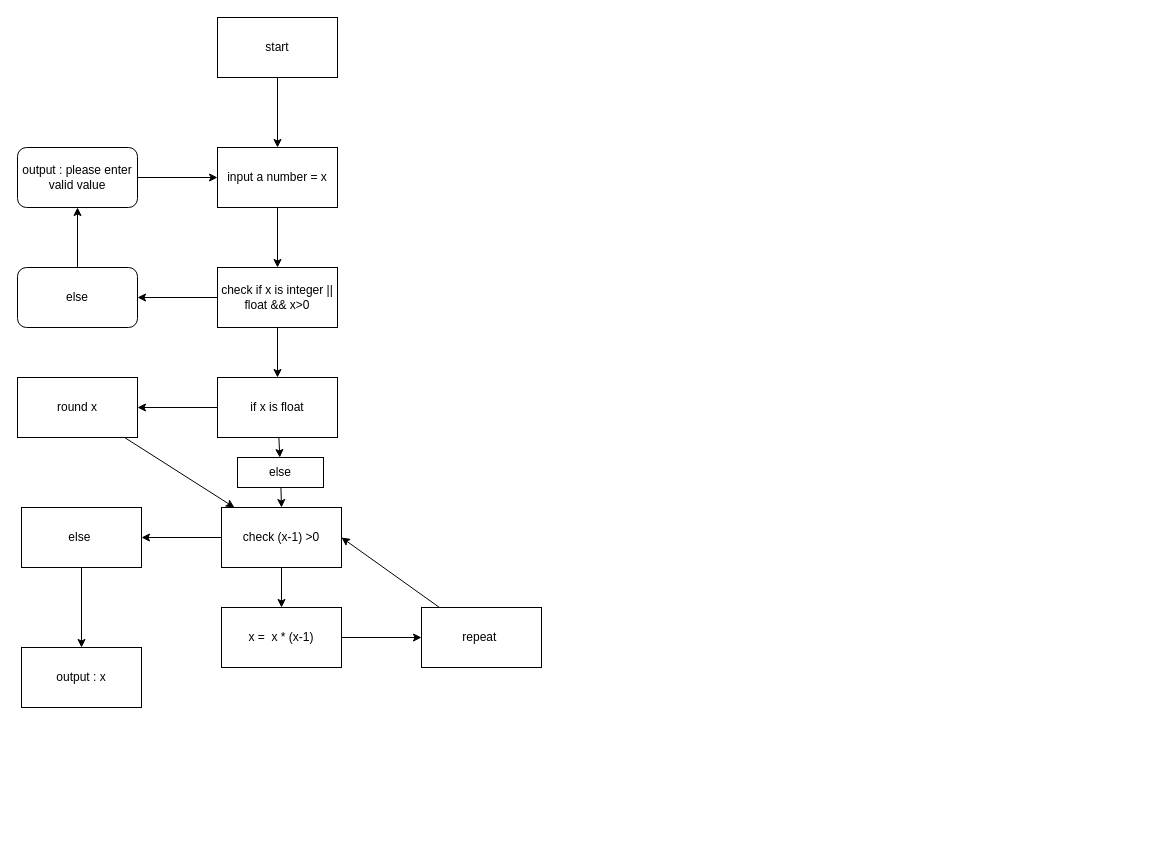
Earlier version of the draw.io diagram homework1.drawio (itsmete/siberVatan). Source tidied: cells renumbered, new cells numbered last; positions are measured from the earlier drawing's top-left corner, leaving out a move shared by most shapes. Both pictures are drawn from the tidied source at 100%, with x=0, y=0 at pixel (17, 17).
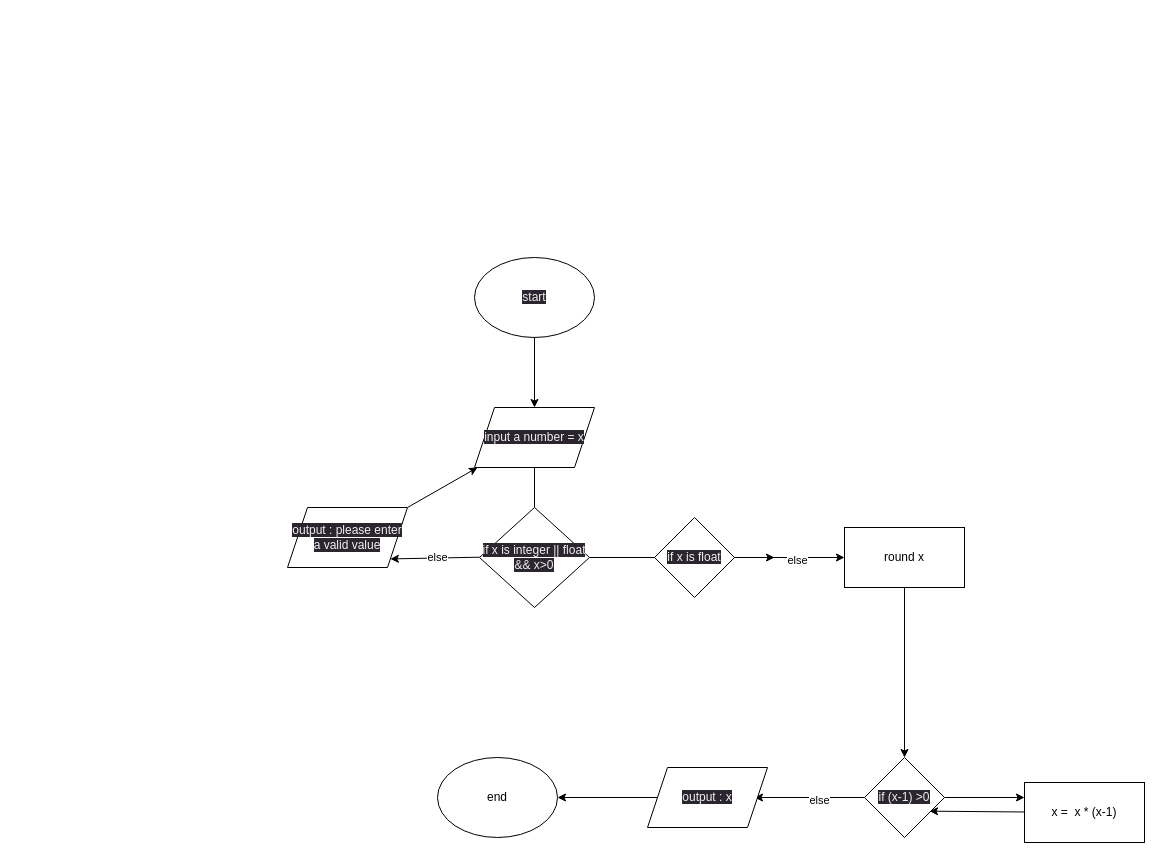
The same diagram, later.

Change to the diagram source:
```diff
@@
-    <mxCell id="2" style="edgeStyle=none;html=1;" parent="1" edge="1" source="3" target="5">
-      <mxGeometry relative="1" as="geometry" />
+    <mxCell id="2" style="edgeStyle=none;html=1;" parent="1" edge="1">
+      <mxGeometry relative="1" as="geometry">
+        <mxPoint x="517" y="320" as="sourcePoint" />
+        <mxPoint x="517" y="390" as="targetPoint" />
+      </mxGeometry>
     </mxCell>
-    <mxCell id="3" value="start" style="whiteSpace=wrap;html=1;" parent="1" vertex="1">
-      <mxGeometry x="200" width="120" height="60" as="geometry" />
-    </mxCell>
-    <mxCell id="4" style="edgeStyle=none;html=1;" parent="1" edge="1" source="5" target="8">
-      <mxGeometry relative="1" as="geometry" />
+    <mxCell id="4" style="edgeStyle=none;html=1;" parent="1" edge="1">
+      <mxGeometry relative="1" as="geometry">
+        <mxPoint x="517" y="450" as="sourcePoint" />
+        <mxPoint x="517" y="510" as="targetPoint" />
+      </mxGeometry>
     </mxCell>
-    <mxCell id="5" value="input a number = x" style="whiteSpace=wrap;html=1;" parent="1" vertex="1">
-      <mxGeometry x="200" y="130" width="120" height="60" as="geometry" />
-    </mxCell>
-    <mxCell id="6" style="edgeStyle=none;html=1;" parent="1" edge="1" source="8" target="10">
-      <mxGeometry relative="1" as="geometry" />
+    <mxCell id="6" style="edgeStyle=none;html=1;entryX=1;entryY=1;entryDx=0;entryDy=0;" parent="1" edge="1" target="39">
+      <mxGeometry relative="1" as="geometry">
+        <mxPoint x="462" y="539.7" as="sourcePoint" />
+      </mxGeometry>
     </mxCell>
+    <mxCell id="30" value="else" style="edgeLabel;html=1;align=center;verticalAlign=middle;" parent="6" vertex="1">
+      <mxGeometry x="-0.06" y="-1" relative="1" as="geometry" />
+    </mxCell>
-    <mxCell id="7" style="edgeStyle=none;html=1;entryX=0.5;entryY=0;entryDx=0;entryDy=0;" parent="1" edge="1" source="8" target="25">
-      <mxGeometry relative="1" as="geometry" />
+    <mxCell id="7" style="edgeStyle=none;html=1;entryX=0.5;entryY=0;entryDx=0;entryDy=0;exitX=1;exitY=0.5;exitDx=0;exitDy=0;" parent="1" edge="1" source="32">
+      <mxGeometry relative="1" as="geometry">
+        <mxPoint x="757" y="540" as="targetPoint" />
+      </mxGeometry>
     </mxCell>
-    <mxCell id="8" value="check if x is integer || float &amp;amp;&amp;amp; x&amp;gt;0" style="whiteSpace=wrap;html=1;" parent="1" vertex="1">
-      <mxGeometry x="200" y="250" width="120" height="60" as="geometry" />
-    </mxCell>
-    <mxCell id="9" style="edgeStyle=none;html=1;" parent="1" edge="1" source="10" target="12">
-      <mxGeometry relative="1" as="geometry" />
-    </mxCell>
-    <mxCell id="10" value="else" style="rounded=1;whiteSpace=wrap;html=1;" parent="1" vertex="1">
-      <mxGeometry y="250" width="120" height="60" as="geometry" />
-    </mxCell>
-    <mxCell id="11" style="edgeStyle=none;html=1;" parent="1" edge="1" source="12" target="5">
-      <mxGeometry relative="1" as="geometry" />
+    <mxCell id="11" style="edgeStyle=none;html=1;exitX=1;exitY=0;exitDx=0;exitDy=0;" parent="1" edge="1" source="39">
+      <mxGeometry relative="1" as="geometry">
+        <mxPoint x="460" y="450" as="targetPoint" />
+      </mxGeometry>
     </mxCell>
-    <mxCell id="12" value="output : please enter valid value" style="whiteSpace=wrap;html=1;rounded=1;" parent="1" vertex="1">
-      <mxGeometry y="130" width="120" height="60" as="geometry" />
-    </mxCell>
-    <mxCell id="13" style="edgeStyle=none;html=1;" parent="1" edge="1" source="15" target="17">
-      <mxGeometry relative="1" as="geometry" />
-    </mxCell>
-    <mxCell id="14" style="edgeStyle=none;html=1;" parent="1" edge="1" source="15" target="21">
-      <mxGeometry relative="1" as="geometry" />
-    </mxCell>
-    <mxCell id="15" value="check (x-1) &amp;gt;0" style="whiteSpace=wrap;html=1;" parent="1" vertex="1">
-      <mxGeometry x="204" y="490" width="120" height="60" as="geometry" />
-    </mxCell>
-    <mxCell id="16" style="edgeStyle=none;html=1;" parent="1" edge="1" source="17" target="19">
-      <mxGeometry relative="1" as="geometry" />
-    </mxCell>
+    <mxCell id="31" style="edgeStyle=none;html=1;entryX=0.813;entryY=0.671;entryDx=0;entryDy=0;entryPerimeter=0;" parent="1" edge="1" source="17" target="37">
+      <mxGeometry relative="1" as="geometry" />
+    </mxCell>
     <mxCell id="17" value="x =&amp;nbsp; x * (x-1)" style="whiteSpace=wrap;html=1;" parent="1" vertex="1">
-      <mxGeometry x="204" y="590" width="120" height="60" as="geometry" />
+      <mxGeometry x="1007" y="765" width="120" height="60" as="geometry" />
     </mxCell>
-    <mxCell id="18" style="edgeStyle=none;html=1;entryX=1;entryY=0.5;entryDx=0;entryDy=0;" parent="1" edge="1" source="19" target="15">
-      <mxGeometry relative="1" as="geometry" />
-    </mxCell>
-    <mxCell id="19" value="repeat&amp;nbsp;" style="whiteSpace=wrap;html=1;" parent="1" vertex="1">
-      <mxGeometry x="404" y="590" width="120" height="60" as="geometry" />
-    </mxCell>
-    <mxCell id="20" style="edgeStyle=none;html=1;" parent="1" edge="1" source="21" target="22">
-      <mxGeometry relative="1" as="geometry" />
-    </mxCell>
-    <mxCell id="21" value="else&amp;nbsp;" style="whiteSpace=wrap;html=1;" parent="1" vertex="1">
-      <mxGeometry x="4" y="490" width="120" height="60" as="geometry" />
-    </mxCell>
-    <mxCell id="22" value="output : x" style="whiteSpace=wrap;html=1;" parent="1" vertex="1">
-      <mxGeometry x="4" y="630" width="120" height="60" as="geometry" />
-    </mxCell>
-    <mxCell id="23" style="edgeStyle=none;html=1;" parent="1" edge="1" source="25" target="27">
-      <mxGeometry relative="1" as="geometry" />
-    </mxCell>
-    <mxCell id="24" style="edgeStyle=none;html=1;" parent="1" edge="1" source="25" target="29">
-      <mxGeometry relative="1" as="geometry" />
-    </mxCell>
-    <mxCell id="25" value="if x is float" style="whiteSpace=wrap;html=1;" parent="1" vertex="1">
-      <mxGeometry x="200" y="360" width="120" height="60" as="geometry" />
-    </mxCell>
-    <mxCell id="26" style="edgeStyle=none;html=1;" parent="1" edge="1" source="27" target="15">
+    <mxCell id="26" style="edgeStyle=none;html=1;" parent="1" edge="1" source="27" target="37">
       <mxGeometry relative="1" as="geometry" />
     </mxCell>
     <mxCell id="27" value="round x" style="whiteSpace=wrap;html=1;" parent="1" vertex="1">
-      <mxGeometry y="360" width="120" height="60" as="geometry" />
+      <mxGeometry x="827" y="510" width="120" height="60" as="geometry" />
     </mxCell>
-    <mxCell id="28" style="edgeStyle=none;html=1;entryX=0.5;entryY=0;entryDx=0;entryDy=0;" parent="1" edge="1" source="29" target="15">
-      <mxGeometry relative="1" as="geometry" />
-    </mxCell>
-    <mxCell id="29" value="else" style="whiteSpace=wrap;html=1;" parent="1" vertex="1">
-      <mxGeometry x="220" y="440" width="86" height="30" as="geometry" />
-    </mxCell>
+    <mxCell id="32" value="&lt;span style=&quot;color: rgb(240, 240, 240); font-family: Helvetica; font-size: 12px; font-style: normal; font-variant-ligatures: normal; font-variant-caps: normal; font-weight: 400; letter-spacing: normal; orphans: 2; text-align: center; text-indent: 0px; text-transform: none; widows: 2; word-spacing: 0px; -webkit-text-stroke-width: 0px; background-color: rgb(42, 37, 47); text-decoration-thickness: initial; text-decoration-style: initial; text-decoration-color: initial; float: none; display: inline !important;&quot;&gt;if x is integer || float &amp;amp;&amp;amp; x&amp;gt;0&lt;/span&gt;" style="rhombus;whiteSpace=wrap;html=1;" parent="1" vertex="1">
+      <mxGeometry x="462" y="490" width="110" height="100" as="geometry" />
+    </mxCell>
+    <mxCell id="23" style="edgeStyle=none;html=1;" parent="1" edge="1" source="25" target="27">
+      <mxGeometry relative="1" as="geometry" />
+    </mxCell>
+    <mxCell id="33" value="else" style="edgeLabel;html=1;align=center;verticalAlign=middle;" parent="23" vertex="1">
+      <mxGeometry x="0.13" y="-2" relative="1" as="geometry" />
+    </mxCell>
+    <mxCell id="25" value="&lt;span style=&quot;color: rgb(240, 240, 240); font-family: Helvetica; font-size: 12px; font-style: normal; font-variant-ligatures: normal; font-variant-caps: normal; font-weight: 400; letter-spacing: normal; orphans: 2; text-align: center; text-indent: 0px; text-transform: none; widows: 2; word-spacing: 0px; -webkit-text-stroke-width: 0px; background-color: rgb(42, 37, 47); text-decoration-thickness: initial; text-decoration-style: initial; text-decoration-color: initial; float: none; display: inline !important;&quot;&gt;if x is float&lt;/span&gt;" style="rhombus;whiteSpace=wrap;html=1;" parent="1" vertex="1">
+      <mxGeometry x="637" y="500" width="80" height="80" as="geometry" />
+    </mxCell>
+    <mxCell id="34" style="edgeStyle=none;html=1;entryX=0;entryY=0.25;entryDx=0;entryDy=0;" parent="1" edge="1" source="37" target="17">
+      <mxGeometry relative="1" as="geometry" />
+    </mxCell>
+    <mxCell id="35" style="edgeStyle=none;html=1;" parent="1" edge="1" source="37">
+      <mxGeometry relative="1" as="geometry">
+        <mxPoint x="737" y="780" as="targetPoint" />
+      </mxGeometry>
+    </mxCell>
+    <mxCell id="36" value="else" style="edgeLabel;html=1;align=center;verticalAlign=middle;" parent="35" vertex="1">
+      <mxGeometry x="-0.16" y="2" relative="1" as="geometry" />
+    </mxCell>
+    <mxCell id="37" value="&lt;span style=&quot;color: rgb(240, 240, 240); font-family: Helvetica; font-size: 12px; font-style: normal; font-variant-ligatures: normal; font-variant-caps: normal; font-weight: 400; letter-spacing: normal; orphans: 2; text-align: center; text-indent: 0px; text-transform: none; widows: 2; word-spacing: 0px; -webkit-text-stroke-width: 0px; background-color: rgb(42, 37, 47); text-decoration-thickness: initial; text-decoration-style: initial; text-decoration-color: initial; float: none; display: inline !important;&quot;&gt;if (x-1) &amp;gt;0&lt;/span&gt;" style="rhombus;whiteSpace=wrap;html=1;" parent="1" vertex="1">
+      <mxGeometry x="847" y="740" width="80" height="80" as="geometry" />
+    </mxCell>
+    <mxCell id="5" value="&lt;span style=&quot;color: rgb(240, 240, 240); font-family: Helvetica; font-size: 12px; font-style: normal; font-variant-ligatures: normal; font-variant-caps: normal; font-weight: 400; letter-spacing: normal; orphans: 2; text-align: center; text-indent: 0px; text-transform: none; widows: 2; word-spacing: 0px; -webkit-text-stroke-width: 0px; background-color: rgb(42, 37, 47); text-decoration-thickness: initial; text-decoration-style: initial; text-decoration-color: initial; float: none; display: inline !important;&quot;&gt;input a number = x&lt;/span&gt;" style="shape=parallelogram;perimeter=parallelogramPerimeter;whiteSpace=wrap;html=1;fixedSize=1;" parent="1" vertex="1">
+      <mxGeometry x="457" y="390" width="120" height="60" as="geometry" />
+    </mxCell>
+    <mxCell id="38" style="edgeStyle=none;html=1;" parent="1" edge="1" source="22" target="40">
+      <mxGeometry relative="1" as="geometry" />
+    </mxCell>
+    <mxCell id="22" value="&lt;span style=&quot;color: rgb(240, 240, 240); font-family: Helvetica; font-size: 12px; font-style: normal; font-variant-ligatures: normal; font-variant-caps: normal; font-weight: 400; letter-spacing: normal; orphans: 2; text-align: center; text-indent: 0px; text-transform: none; widows: 2; word-spacing: 0px; -webkit-text-stroke-width: 0px; background-color: rgb(42, 37, 47); text-decoration-thickness: initial; text-decoration-style: initial; text-decoration-color: initial; float: none; display: inline !important;&quot;&gt;output : x&lt;/span&gt;" style="shape=parallelogram;perimeter=parallelogramPerimeter;whiteSpace=wrap;html=1;fixedSize=1;" parent="1" vertex="1">
+      <mxGeometry x="630" y="750" width="120" height="60" as="geometry" />
+    </mxCell>
+    <mxCell id="39" value="&lt;span style=&quot;color: rgb(240, 240, 240); font-family: Helvetica; font-size: 12px; font-style: normal; font-variant-ligatures: normal; font-variant-caps: normal; font-weight: 400; letter-spacing: normal; orphans: 2; text-align: center; text-indent: 0px; text-transform: none; widows: 2; word-spacing: 0px; -webkit-text-stroke-width: 0px; background-color: rgb(42, 37, 47); text-decoration-thickness: initial; text-decoration-style: initial; text-decoration-color: initial; float: none; display: inline !important;&quot;&gt;output : please enter a valid value&lt;/span&gt;" style="shape=parallelogram;perimeter=parallelogramPerimeter;whiteSpace=wrap;html=1;fixedSize=1;" parent="1" vertex="1">
+      <mxGeometry x="270" y="490" width="120" height="60" as="geometry" />
+    </mxCell>
+    <mxCell id="3" value="&lt;span style=&quot;color: rgb(240, 240, 240); font-family: Helvetica; font-size: 12px; font-style: normal; font-variant-ligatures: normal; font-variant-caps: normal; font-weight: 400; letter-spacing: normal; orphans: 2; text-align: center; text-indent: 0px; text-transform: none; widows: 2; word-spacing: 0px; -webkit-text-stroke-width: 0px; background-color: rgb(42, 37, 47); text-decoration-thickness: initial; text-decoration-style: initial; text-decoration-color: initial; float: none; display: inline !important;&quot;&gt;start&lt;/span&gt;" style="ellipse;whiteSpace=wrap;html=1;" parent="1" vertex="1">
+      <mxGeometry x="457" y="240" width="120" height="80" as="geometry" />
+    </mxCell>
+    <mxCell id="40" value="end" style="ellipse;whiteSpace=wrap;html=1;" parent="1" vertex="1">
+      <mxGeometry x="420" y="740" width="120" height="80" as="geometry" />
+    </mxCell>
```
